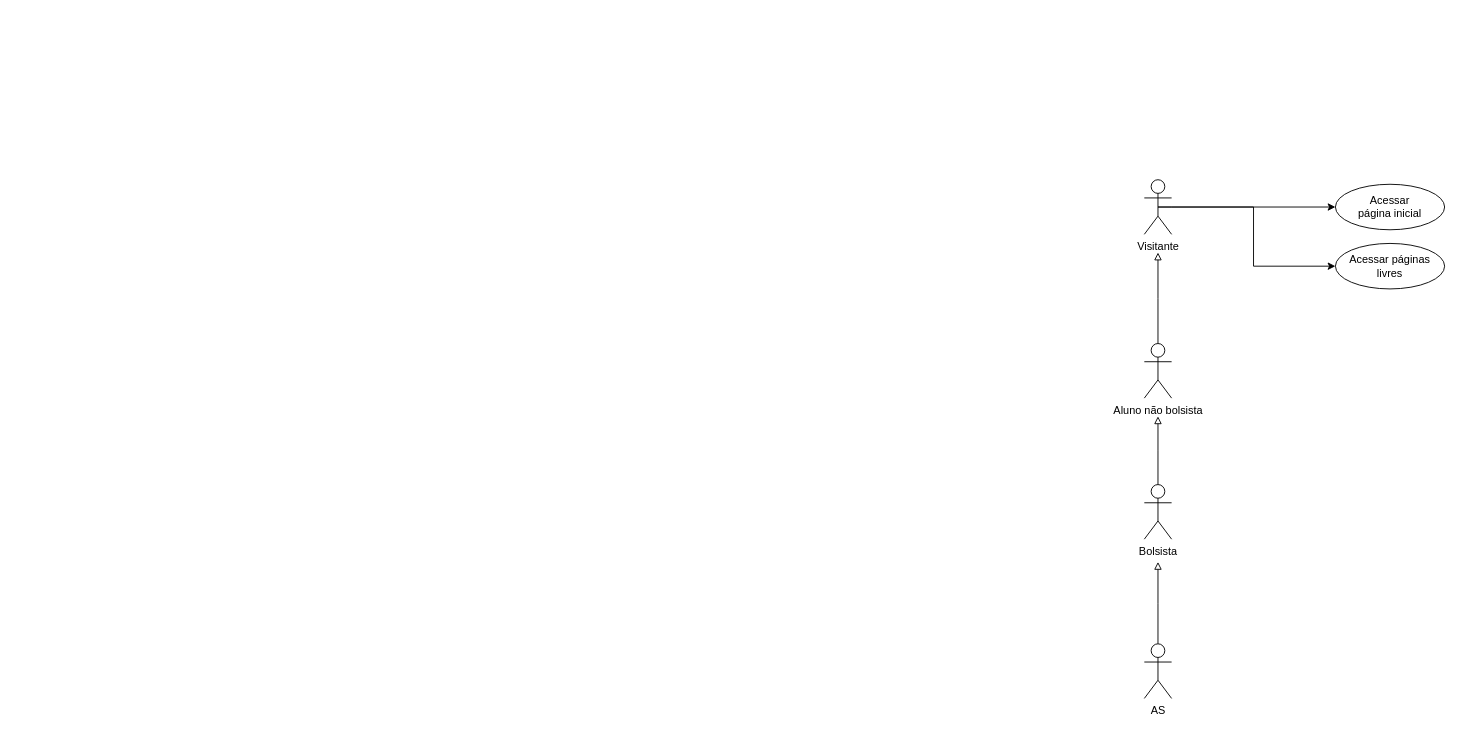
Above: Diagrama sem nome.drawio in josephyaraujo/happy_bakery (draw.io), before the change. Source tidied: cells renumbered, new cells numbered last; positions are measured from the earlier drawing's top-left corner, leaving out a move shared by most shapes. Both pictures are drawn from the tidied source at 91%, with x=0, y=0 at pixel (1144, 179).
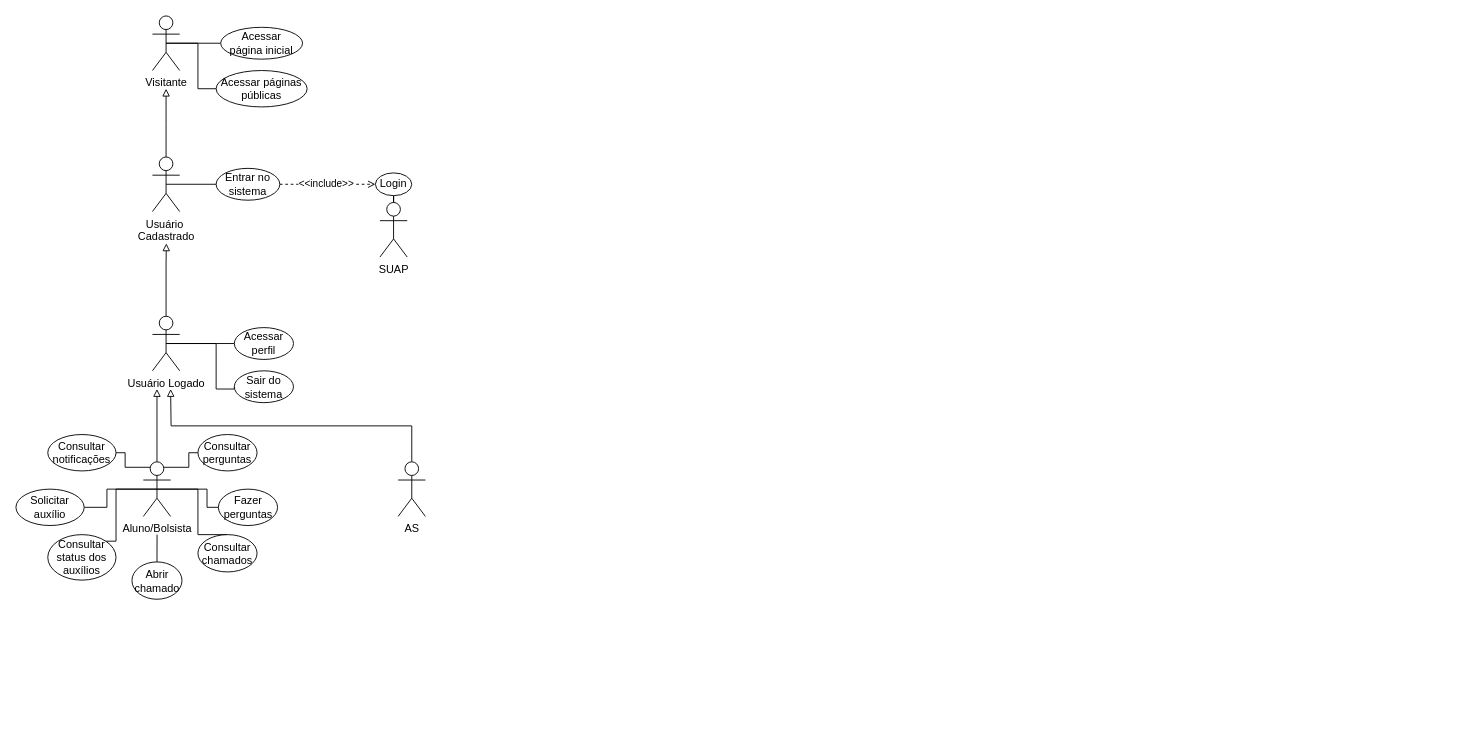
The same diagram, later.

The edit, as a diff of the source:
```diff
@@
+    <mxCell id="3" style="edgeStyle=orthogonalEdgeStyle;rounded=0;jettySize=auto;html=1;exitX=0.5;exitY=0.5;exitDx=0;exitDy=0;exitPerimeter=0;entryX=0;entryY=0.5;entryDx=0;entryDy=0;endArrow=none;startFill=0;" parent="1" edge="1" source="4" target="10">
+      <mxGeometry relative="1" as="geometry" />
+    </mxCell>
-    <mxCell id="2" style="edgeStyle=orthogonalEdgeStyle;rounded=0;jettySize=auto;html=1;entryX=0;entryY=0.5;entryDx=0;entryDy=0;exitX=0.5;exitY=0.5;exitDx=0;exitDy=0;exitPerimeter=0;" parent="1" edge="1" source="4" target="9">
-      <mxGeometry relative="1" as="geometry">
-        <Array as="points">
-          <mxPoint x="30" y="30" />
-          <mxPoint x="30" y="30" />
-        </Array>
-      </mxGeometry>
+    <mxCell id="2" style="edgeStyle=orthogonalEdgeStyle;rounded=0;jettySize=auto;html=1;exitX=0.5;exitY=0.5;exitDx=0;exitDy=0;exitPerimeter=0;entryX=0;entryY=0.5;entryDx=0;entryDy=0;endArrow=none;startFill=0;" parent="1" edge="1" source="4" target="9">
+      <mxGeometry relative="1" as="geometry" />
     </mxCell>
-    <mxCell id="3" style="edgeStyle=orthogonalEdgeStyle;rounded=0;jettySize=auto;html=1;exitX=0.5;exitY=0.5;exitDx=0;exitDy=0;exitPerimeter=0;entryX=0;entryY=0.5;entryDx=0;entryDy=0;" parent="1" edge="1" source="4" target="10">
-      <mxGeometry relative="1" as="geometry" />
-    </mxCell>
     <mxCell id="4" value="Visitante" style="shape=umlActor;verticalLabelPosition=bottom;verticalAlign=top;html=1;outlineConnect=0;" parent="1" vertex="1">
-      <mxGeometry width="30" height="60" as="geometry" />
+      <mxGeometry x="-1090" y="-180" width="30" height="60" as="geometry" />
     </mxCell>
-    <mxCell id="5" style="edgeStyle=orthogonalEdgeStyle;rounded=0;jettySize=auto;html=1;exitX=0.5;exitY=0;exitDx=0;exitDy=0;exitPerimeter=0;endArrow=block;endFill=0;" parent="1" edge="1" source="6">
-      <mxGeometry relative="1" as="geometry">
-        <mxPoint x="15" y="420" as="targetPoint" />
-      </mxGeometry>
-    </mxCell>
+    <mxCell id="13" style="edgeStyle=orthogonalEdgeStyle;rounded=0;jettySize=auto;html=1;exitX=0.5;exitY=0;exitDx=0;exitDy=0;exitPerimeter=0;endArrow=block;endFill=0;" parent="1" edge="1" source="6">
+      <mxGeometry relative="1" as="geometry">
+        <mxPoint x="-1070" y="230" as="targetPoint" />
+      </mxGeometry>
+    </mxCell>
     <mxCell id="6" value="AS" style="shape=umlActor;verticalLabelPosition=bottom;verticalAlign=top;html=1;outlineConnect=0;" parent="1" vertex="1">
-      <mxGeometry y="510" width="30" height="60" as="geometry" />
+      <mxGeometry x="-820" y="310" width="30" height="60" as="geometry" />
     </mxCell>
-    <mxCell id="7" style="edgeStyle=orthogonalEdgeStyle;rounded=0;jettySize=auto;html=1;exitX=0.5;exitY=0;exitDx=0;exitDy=0;exitPerimeter=0;endArrow=block;endFill=0;" parent="1" edge="1" source="8">
-      <mxGeometry relative="1" as="geometry">
-        <mxPoint x="15" y="260" as="targetPoint" />
-      </mxGeometry>
-    </mxCell>
-    <mxCell id="8" value="Bolsista" style="shape=umlActor;verticalLabelPosition=bottom;verticalAlign=top;html=1;outlineConnect=0;" parent="1" vertex="1">
-      <mxGeometry y="335" width="30" height="60" as="geometry" />
-    </mxCell>
     <mxCell id="9" value="Acessar&lt;div&gt;página inicial&lt;/div&gt;" style="ellipse;whiteSpace=wrap;html=1;" parent="1" vertex="1">
-      <mxGeometry x="210" y="5" width="120" height="50" as="geometry" />
+      <mxGeometry x="-1015" y="-167.5" width="90" height="35" as="geometry" />
     </mxCell>
-    <mxCell id="10" value="Acessar páginas livres" style="ellipse;whiteSpace=wrap;html=1;" parent="1" vertex="1">
-      <mxGeometry x="210" y="70" width="120" height="50" as="geometry" />
+    <mxCell id="10" value="Acessar páginas públicas" style="ellipse;whiteSpace=wrap;html=1;" parent="1" vertex="1">
+      <mxGeometry x="-1020" y="-120" width="100" height="40" as="geometry" />
     </mxCell>
-    <mxCell id="11" style="edgeStyle=orthogonalEdgeStyle;rounded=0;jettySize=auto;html=1;exitX=0.5;exitY=0;exitDx=0;exitDy=0;exitPerimeter=0;endArrow=block;endFill=0;" parent="1" edge="1" source="12">
-      <mxGeometry relative="1" as="geometry">
-        <mxPoint x="15" y="80" as="targetPoint" />
-      </mxGeometry>
-    </mxCell>
+    <mxCell id="14" style="edgeStyle=orthogonalEdgeStyle;rounded=0;jettySize=auto;html=1;endArrow=block;endFill=0;" parent="1" edge="1" source="12">
+      <mxGeometry relative="1" as="geometry">
+        <mxPoint x="-1085" y="230" as="targetPoint" />
+      </mxGeometry>
+    </mxCell>
+    <mxCell id="15" style="edgeStyle=orthogonalEdgeStyle;rounded=0;jettySize=auto;html=1;exitX=0.75;exitY=0.1;exitDx=0;exitDy=0;exitPerimeter=0;entryX=0;entryY=0.5;entryDx=0;entryDy=0;endArrow=none;startFill=0;" parent="1" edge="1" source="12" target="42">
+      <mxGeometry relative="1" as="geometry">
+        <Array as="points">
+          <mxPoint x="-1050" y="316" />
+          <mxPoint x="-1050" y="300" />
+        </Array>
+      </mxGeometry>
+    </mxCell>
+    <mxCell id="16" style="edgeStyle=orthogonalEdgeStyle;rounded=0;jettySize=auto;html=1;exitX=0.25;exitY=0.1;exitDx=0;exitDy=0;exitPerimeter=0;entryX=1;entryY=0.5;entryDx=0;entryDy=0;endArrow=none;startFill=0;" parent="1" edge="1" source="12" target="35">
+      <mxGeometry relative="1" as="geometry" />
+    </mxCell>
+    <mxCell id="17" style="edgeStyle=orthogonalEdgeStyle;rounded=0;jettySize=auto;html=1;exitX=0.5;exitY=0.5;exitDx=0;exitDy=0;exitPerimeter=0;endArrow=none;startFill=0;" parent="1" edge="1" source="12" target="36">
+      <mxGeometry relative="1" as="geometry">
+        <Array as="points">
+          <mxPoint x="-1140" y="340" />
+          <mxPoint x="-1140" y="360" />
+        </Array>
+      </mxGeometry>
+    </mxCell>
+    <mxCell id="18" style="edgeStyle=orthogonalEdgeStyle;rounded=0;jettySize=auto;html=1;exitX=0.5;exitY=0.5;exitDx=0;exitDy=0;exitPerimeter=0;entryX=0;entryY=0.5;entryDx=0;entryDy=0;endArrow=none;startFill=0;" parent="1" edge="1" source="12" target="40">
+      <mxGeometry relative="1" as="geometry">
+        <Array as="points">
+          <mxPoint x="-1030" y="340" />
+          <mxPoint x="-1030" y="360" />
+        </Array>
+      </mxGeometry>
+    </mxCell>
+    <mxCell id="19" style="edgeStyle=orthogonalEdgeStyle;rounded=0;jettySize=auto;html=1;exitX=0.5;exitY=0.5;exitDx=0;exitDy=0;exitPerimeter=0;entryX=0.5;entryY=0;entryDx=0;entryDy=0;endArrow=none;startFill=0;" parent="1" edge="1" source="12" target="41">
+      <mxGeometry relative="1" as="geometry">
+        <Array as="points">
+          <mxPoint x="-1040" y="340" />
+          <mxPoint x="-1040" y="390" />
+          <mxPoint x="-1007" y="390" />
+        </Array>
+      </mxGeometry>
+    </mxCell>
-    <mxCell id="12" value="Aluno não bolsista" style="shape=umlActor;verticalLabelPosition=bottom;verticalAlign=top;html=1;outlineConnect=0;" parent="1" vertex="1">
-      <mxGeometry y="180" width="30" height="60" as="geometry" />
+    <mxCell id="12" value="Aluno/Bolsista" style="shape=umlActor;verticalLabelPosition=bottom;verticalAlign=top;html=1;outlineConnect=0;" parent="1" vertex="1">
+      <mxGeometry x="-1100" y="310" width="30" height="60" as="geometry" />
     </mxCell>
+    <mxCell id="20" style="edgeStyle=orthogonalEdgeStyle;rounded=0;jettySize=auto;html=1;endArrow=block;endFill=0;" parent="1" edge="1" source="22">
+      <mxGeometry relative="1" as="geometry">
+        <mxPoint x="-1075" y="-100" as="targetPoint" />
+      </mxGeometry>
+    </mxCell>
+    <mxCell id="21" style="edgeStyle=orthogonalEdgeStyle;rounded=0;jettySize=auto;html=1;exitX=0.5;exitY=0.5;exitDx=0;exitDy=0;exitPerimeter=0;entryX=0;entryY=0.5;entryDx=0;entryDy=0;endArrow=none;startFill=0;" parent="1" edge="1" source="22" target="25">
+      <mxGeometry relative="1" as="geometry" />
+    </mxCell>
+    <mxCell id="22" value="Usuário&amp;nbsp;&lt;div&gt;Cadastrado&lt;/div&gt;" style="shape=umlActor;verticalLabelPosition=bottom;verticalAlign=top;html=1;outlineConnect=0;" parent="1" vertex="1">
+      <mxGeometry x="-1090" y="-25" width="30" height="60" as="geometry" />
+    </mxCell>
+    <mxCell id="23" style="edgeStyle=orthogonalEdgeStyle;rounded=0;jettySize=auto;html=1;exitX=1;exitY=0.5;exitDx=0;exitDy=0;entryX=0;entryY=0.5;entryDx=0;entryDy=0;endArrow=open;endFill=0;dashed=1;" parent="1" edge="1" source="25" target="28">
+      <mxGeometry relative="1" as="geometry" />
+    </mxCell>
+    <mxCell id="24" value="&amp;lt;&amp;lt;include&amp;gt;&amp;gt;" style="edgeLabel;html=1;align=center;verticalAlign=middle;" parent="23" vertex="1">
+      <mxGeometry x="-0.05" y="2" relative="1" as="geometry" />
+    </mxCell>
+    <mxCell id="25" value="Entrar no sistema" style="ellipse;whiteSpace=wrap;html=1;" parent="1" vertex="1">
+      <mxGeometry x="-1020" y="-12.5" width="70" height="35" as="geometry" />
+    </mxCell>
+    <mxCell id="26" style="edgeStyle=orthogonalEdgeStyle;rounded=0;jettySize=auto;html=1;entryX=0.5;entryY=1;entryDx=0;entryDy=0;endArrow=none;startFill=0;" parent="1" edge="1" source="27" target="28">
+      <mxGeometry relative="1" as="geometry" />
+    </mxCell>
+    <mxCell id="27" value="SUAP" style="shape=umlActor;verticalLabelPosition=bottom;verticalAlign=top;html=1;outlineConnect=0;" parent="1" vertex="1">
+      <mxGeometry x="-840" y="25" width="30" height="60" as="geometry" />
+    </mxCell>
+    <mxCell id="28" value="Login" style="ellipse;whiteSpace=wrap;html=1;" parent="1" vertex="1">
+      <mxGeometry x="-845" y="-7.5" width="40" height="25" as="geometry" />
+    </mxCell>
+    <mxCell id="29" value="Acessar&lt;div&gt;perfil&lt;/div&gt;" style="ellipse;whiteSpace=wrap;html=1;" parent="1" vertex="1">
+      <mxGeometry x="-1000" y="162.5" width="65" height="35" as="geometry" />
+    </mxCell>
+    <mxCell id="30" style="edgeStyle=orthogonalEdgeStyle;rounded=0;jettySize=auto;html=1;exitX=0.5;exitY=0.5;exitDx=0;exitDy=0;exitPerimeter=0;entryX=0;entryY=0.5;entryDx=0;entryDy=0;endArrow=none;startFill=0;" parent="1" edge="1" source="32" target="29">
+      <mxGeometry relative="1" as="geometry" />
+    </mxCell>
+    <mxCell id="31" style="edgeStyle=orthogonalEdgeStyle;rounded=0;jettySize=auto;html=1;exitX=0.5;exitY=0.5;exitDx=0;exitDy=0;exitPerimeter=0;entryX=0;entryY=0.5;entryDx=0;entryDy=0;endArrow=none;startFill=0;" parent="1" edge="1" source="32" target="33">
+      <mxGeometry relative="1" as="geometry">
+        <Array as="points">
+          <mxPoint x="-1020" y="180" />
+          <mxPoint x="-1020" y="230" />
+          <mxPoint x="-1000" y="230" />
+        </Array>
+      </mxGeometry>
+    </mxCell>
+    <mxCell id="32" value="Usuário Logado" style="shape=umlActor;verticalLabelPosition=bottom;verticalAlign=top;html=1;outlineConnect=0;" parent="1" vertex="1">
+      <mxGeometry x="-1090" y="150" width="30" height="60" as="geometry" />
+    </mxCell>
+    <mxCell id="33" value="Sair do sistema" style="ellipse;whiteSpace=wrap;html=1;" parent="1" vertex="1">
+      <mxGeometry x="-1000" y="210" width="65" height="35" as="geometry" />
+    </mxCell>
+    <mxCell id="34" style="edgeStyle=orthogonalEdgeStyle;rounded=0;jettySize=auto;html=1;exitX=0.5;exitY=0;exitDx=0;exitDy=0;exitPerimeter=0;entryX=0.51;entryY=1.583;entryDx=0;entryDy=0;entryPerimeter=0;endArrow=block;endFill=0;" parent="1" edge="1" source="32" target="22">
+      <mxGeometry relative="1" as="geometry" />
+    </mxCell>
+    <mxCell id="35" value="Consultar notificações" style="ellipse;whiteSpace=wrap;html=1;" parent="1" vertex="1">
+      <mxGeometry x="-1205" y="280" width="75" height="40" as="geometry" />
+    </mxCell>
+    <mxCell id="36" value="Solicitar auxílio" style="ellipse;whiteSpace=wrap;html=1;" parent="1" vertex="1">
+      <mxGeometry x="-1240" y="340" width="75" height="40" as="geometry" />
+    </mxCell>
+    <mxCell id="37" value="Consultar status dos auxílios" style="ellipse;whiteSpace=wrap;html=1;" parent="1" vertex="1">
+      <mxGeometry x="-1205" y="390" width="75" height="50" as="geometry" />
+    </mxCell>
+    <mxCell id="38" style="edgeStyle=orthogonalEdgeStyle;rounded=0;jettySize=auto;html=1;exitX=0.5;exitY=0;exitDx=0;exitDy=0;endArrow=none;startFill=0;" parent="1" edge="1" source="39">
+      <mxGeometry relative="1" as="geometry">
+        <mxPoint x="-1084.9" y="390" as="targetPoint" />
+      </mxGeometry>
+    </mxCell>
+    <mxCell id="39" value="Abrir chamado" style="ellipse;whiteSpace=wrap;html=1;" parent="1" vertex="1">
+      <mxGeometry x="-1112.5" y="420" width="55" height="41" as="geometry" />
+    </mxCell>
+    <mxCell id="40" value="Fazer perguntas" style="ellipse;whiteSpace=wrap;html=1;" parent="1" vertex="1">
+      <mxGeometry x="-1017.5" y="340" width="65" height="40" as="geometry" />
+    </mxCell>
+    <mxCell id="41" value="Consultar&lt;div&gt;chamados&lt;/div&gt;" style="ellipse;whiteSpace=wrap;html=1;" parent="1" vertex="1">
+      <mxGeometry x="-1040" y="390" width="65" height="41" as="geometry" />
+    </mxCell>
+    <mxCell id="42" value="Consultar&lt;div&gt;perguntas&lt;/div&gt;" style="ellipse;whiteSpace=wrap;html=1;" parent="1" vertex="1">
+      <mxGeometry x="-1040" y="280" width="65" height="40" as="geometry" />
+    </mxCell>
+    <mxCell id="43" style="edgeStyle=orthogonalEdgeStyle;rounded=0;jettySize=auto;html=1;exitX=0.5;exitY=0.5;exitDx=0;exitDy=0;exitPerimeter=0;entryX=1;entryY=0;entryDx=0;entryDy=0;endArrow=none;startFill=0;" parent="1" edge="1" source="12" target="37">
+      <mxGeometry relative="1" as="geometry">
+        <Array as="points">
+          <mxPoint x="-1130" y="340" />
+          <mxPoint x="-1130" y="397" />
+        </Array>
+      </mxGeometry>
+    </mxCell>
```
